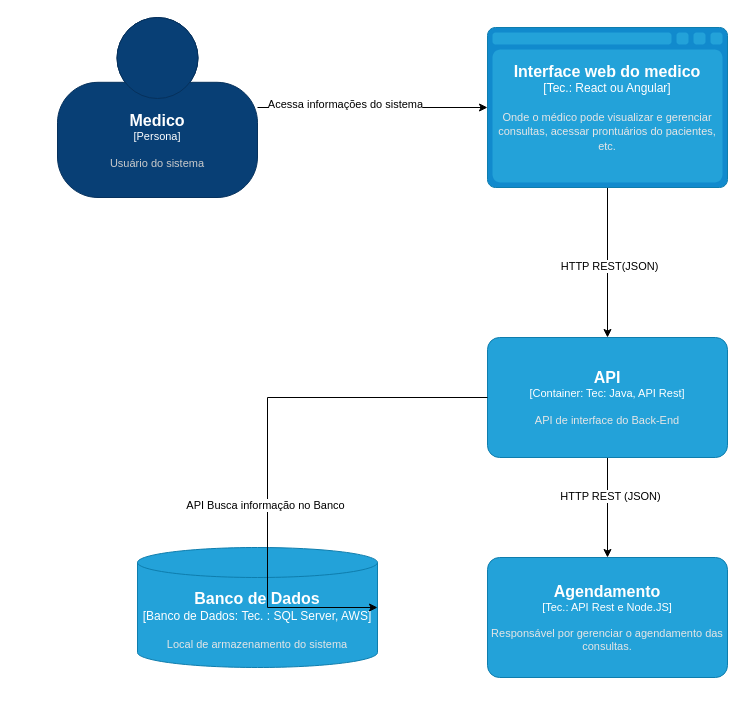
Above: Diagrama sem nome.drawio in WillianDametto/PIM-Faculdade (draw.io), before the change. Source tidied: cells renumbered, new cells numbered last; positions are measured from the earlier drawing's top-left corner, leaving out a move shared by most shapes. Both pictures are drawn from the tidied source at 100%, with x=0, y=0 at pixel (57, 17).
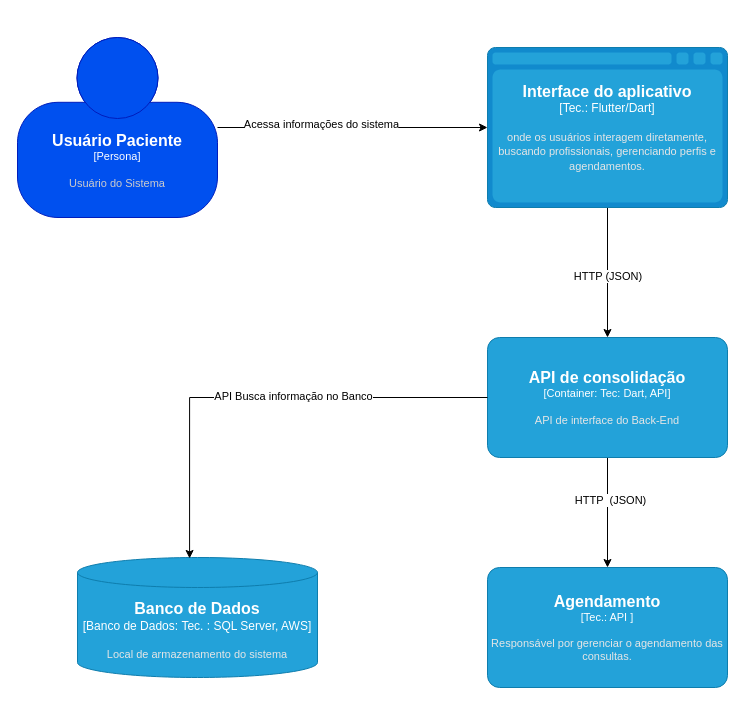
After the change.

Diff of the diagram source:
```diff
@@
 <mxGraphModel>
   <root>
     <mxCell id="0" />
     <mxCell id="1" parent="0" />
     <mxCell id="2" style="edgeStyle=orthogonalEdgeStyle;rounded=0;jettySize=auto;html=1;" parent="1" edge="1" source="4" target="7">
       <mxGeometry relative="1" as="geometry" />
     </mxCell>
     <mxCell id="3" value="Acessa informações do sistema" style="edgeLabel;html=1;align=center;verticalAlign=middle;" parent="2" vertex="1">
       <mxGeometry x="-0.24" y="4" relative="1" as="geometry" />
     </mxCell>
-    <object id="4" label="&lt;font style=&quot;font-size: 16px&quot;&gt;&lt;b&gt;%c4Name%&lt;/b&gt;&lt;/font&gt;&lt;div&gt;[%c4Type%]&lt;/div&gt;&lt;br&gt;&lt;div&gt;&lt;font style=&quot;font-size: 11px&quot;&gt;&lt;font color=&quot;#cccccc&quot;&gt;%c4Description%&lt;/font&gt;&lt;/div&gt;" c4Description="Usuário do sistema" c4Name="Medico" c4Type="Persona" placeholders="1">
-      <mxCell style="html=1;fontSize=11;dashed=0;whiteSpace=wrap;fillColor=#083F75;strokeColor=#06315C;fontColor=#ffffff;shape=mxgraph.c4.person2;align=center;points=[[0.5,0,0],[1,0.5,0],[1,0.75,0],[0.75,1,0],[0.5,1,0],[0.25,1,0],[0,0.75,0],[0,0.5,0]];" parent="1" vertex="1">
-        <mxGeometry width="200" height="180" as="geometry" />
+    <object id="4" label="&lt;font style=&quot;font-size: 16px&quot;&gt;&lt;b&gt;%c4Name%&lt;/b&gt;&lt;/font&gt;&lt;div&gt;[%c4Type%]&lt;/div&gt;&lt;br&gt;&lt;div&gt;&lt;font style=&quot;font-size: 11px&quot;&gt;&lt;font color=&quot;#cccccc&quot;&gt;%c4Description%&lt;/font&gt;&lt;/div&gt;" c4Description="Usuário do Sistema" c4Name="Usuário Paciente" c4Type="Persona" placeholders="1">
+      <mxCell style="html=1;fontSize=11;dashed=0;whiteSpace=wrap;fillColor=#0050ef;strokeColor=#001DBC;shape=mxgraph.c4.person2;align=center;points=[[0.5,0,0],[1,0.5,0],[1,0.75,0],[0.75,1,0],[0.5,1,0],[0.25,1,0],[0,0.75,0],[0,0.5,0]];fontColor=#ffffff;" parent="1" vertex="1">
+        <mxGeometry x="-40" y="20" width="200" height="180" as="geometry" />
       </mxCell>
     </object>
     <mxCell id="5" style="edgeStyle=orthogonalEdgeStyle;rounded=0;jettySize=auto;html=1;" parent="1" edge="1" source="7" target="12">
       <mxGeometry relative="1" as="geometry" />
     </mxCell>
-    <mxCell id="6" value="HTTP REST(JSON)" style="edgeLabel;html=1;align=center;verticalAlign=middle;" parent="5" vertex="1">
+    <mxCell id="6" value="HTTP (JSON)&amp;nbsp;" style="edgeLabel;html=1;align=center;verticalAlign=middle;" parent="5" vertex="1">
       <mxGeometry x="0.04" y="1" relative="1" as="geometry" />
     </mxCell>
-    <object id="7" label="&lt;font style=&quot;font-size: 16px&quot;&gt;&lt;b&gt;%c4Type%&lt;/b&gt;&lt;/font&gt;&lt;div&gt;[%c4Container%:&amp;nbsp;%c4Technology%]&lt;/div&gt;&lt;br&gt;&lt;div&gt;&lt;font style=&quot;font-size: 11px&quot;&gt;&lt;font color=&quot;#E6E6E6&quot;&gt;%c4Description%&lt;/font&gt;&lt;/div&gt;" c4Container="Tec." c4Description="Onde o médico pode visualizar e gerenciar consultas, acessar prontuários do pacientes, etc." c4Technology="React ou Angular" c4Type="Interface web do medico" placeholders="1">
+    <object id="7" label="&lt;font style=&quot;font-size: 16px&quot;&gt;&lt;b&gt;%c4Type%&lt;/b&gt;&lt;/font&gt;&lt;div&gt;[%c4Container%:&amp;nbsp;%c4Technology%]&lt;/div&gt;&lt;br&gt;&lt;div&gt;&lt;font style=&quot;font-size: 11px&quot;&gt;&lt;font color=&quot;#E6E6E6&quot;&gt;%c4Description%&lt;/font&gt;&lt;/div&gt;" c4Container="Tec." c4Description="onde os usuários interagem diretamente, buscando profissionais, gerenciando perfis e agendamentos." c4Technology="Flutter/Dart" c4Type="Interface do aplicativo" placeholders="1">
       <mxCell style="shape=mxgraph.c4.webBrowserContainer2;whiteSpace=wrap;html=1;boundedLbl=1;rounded=0;labelBackgroundColor=none;strokeColor=#118ACD;fillColor=#23A2D9;strokeColor=#118ACD;strokeColor2=#0E7DAD;fontSize=12;fontColor=#ffffff;align=center;points=[[0.5,0,0],[1,0.25,0],[1,0.5,0],[1,0.75,0],[0.5,1,0],[0,0.75,0],[0,0.5,0],[0,0.25,0]];" parent="1" vertex="1">
-        <mxGeometry x="430" y="10" width="240" height="160" as="geometry" />
+        <mxGeometry x="430" y="30" width="240" height="160" as="geometry" />
       </mxCell>
     </object>
     <object id="8" label="&lt;font style=&quot;font-size: 16px&quot;&gt;&lt;b&gt;%c4Type%&lt;/b&gt;&lt;/font&gt;&lt;div&gt;[%c4Container%:&amp;nbsp;%c4Technology%]&lt;/div&gt;&lt;br&gt;&lt;div&gt;&lt;font style=&quot;font-size: 11px&quot;&gt;&lt;font color=&quot;#E6E6E6&quot;&gt;%c4Description%&lt;/font&gt;&lt;/div&gt;" c4Container="Banco de Dados" c4Description="Local de armazenamento do sistema" c4Technology="Tec. : SQL Server, AWS" c4Type="Banco de Dados" placeholders="1">
       <mxCell style="shape=cylinder3;size=15;whiteSpace=wrap;html=1;boundedLbl=1;rounded=0;labelBackgroundColor=none;fillColor=#23A2D9;fontSize=12;fontColor=#ffffff;align=center;strokeColor=#0E7DAD;points=[[0.5,0,0],[1,0.25,0],[1,0.5,0],[1,0.75,0],[0.5,1,0],[0,0.75,0],[0,0.5,0],[0,0.25,0]];" parent="1" vertex="1">
-        <mxGeometry x="80" y="530" width="240" height="120" as="geometry" />
+        <mxGeometry x="20" y="540" width="240" height="120" as="geometry" />
       </mxCell>
     </object>
-    <object id="9" label="&lt;font style=&quot;font-size: 16px&quot;&gt;&lt;b&gt;%c4Name%&lt;/b&gt;&lt;/font&gt;&lt;div&gt;[%c4Type%: %c4Technology%]&lt;/div&gt;&lt;br&gt;&lt;div&gt;&lt;font style=&quot;font-size: 11px&quot;&gt;&lt;font color=&quot;#E6E6E6&quot;&gt;%c4Description%&lt;/font&gt;&lt;/div&gt;" c4Description="Responsável por gerenciar o agendamento das consultas." c4Name="Agendamento" c4Technology="API Rest e Node.JS" c4Type="Tec." placeholders="1">
+    <object id="9" label="&lt;font style=&quot;font-size: 16px&quot;&gt;&lt;b&gt;%c4Name%&lt;/b&gt;&lt;/font&gt;&lt;div&gt;[%c4Type%: %c4Technology%]&lt;/div&gt;&lt;br&gt;&lt;div&gt;&lt;font style=&quot;font-size: 11px&quot;&gt;&lt;font color=&quot;#E6E6E6&quot;&gt;%c4Description%&lt;/font&gt;&lt;/div&gt;" c4Description="Responsável por gerenciar o agendamento das consultas." c4Name="Agendamento" c4Technology="API " c4Type="Tec." placeholders="1">
       <mxCell style="rounded=1;whiteSpace=wrap;html=1;fontSize=11;labelBackgroundColor=none;fillColor=#23A2D9;fontColor=#ffffff;align=center;arcSize=10;strokeColor=#0E7DAD;points=[[0.25,0,0],[0.5,0,0],[0.75,0,0],[1,0.25,0],[1,0.5,0],[1,0.75,0],[0.75,1,0],[0.5,1,0],[0.25,1,0],[0,0.75,0],[0,0.5,0],[0,0.25,0]];" parent="1" vertex="1">
-        <mxGeometry x="430" y="540" width="240" height="120" as="geometry" />
+        <mxGeometry x="430" y="550" width="240" height="120" as="geometry" />
       </mxCell>
     </object>
     <mxCell id="10" style="edgeStyle=orthogonalEdgeStyle;rounded=0;jettySize=auto;html=1;" parent="1" edge="1" source="12" target="9">
       <mxGeometry relative="1" as="geometry" />
     </mxCell>
-    <mxCell id="11" value="HTTP REST (JSON)" style="edgeLabel;html=1;align=center;verticalAlign=middle;" parent="10" vertex="1">
+    <mxCell id="11" value="HTTP&amp;nbsp; (JSON)" style="edgeLabel;html=1;align=center;verticalAlign=middle;" parent="10" vertex="1">
       <mxGeometry x="-0.24" y="2" relative="1" as="geometry" />
     </mxCell>
-    <object id="12" label="&lt;font style=&quot;font-size: 16px&quot;&gt;&lt;b&gt;%c4Name%&lt;/b&gt;&lt;/font&gt;&lt;div&gt;[%c4Type%: %c4Technology%]&lt;/div&gt;&lt;br&gt;&lt;div&gt;&lt;font style=&quot;font-size: 11px&quot;&gt;&lt;font color=&quot;#E6E6E6&quot;&gt;%c4Description%&lt;/font&gt;&lt;/div&gt;" c4Description="API de interface do Back-End" c4Name="API" c4Technology="Tec: Java, API Rest" c4Type="Container" placeholders="1">
+    <object id="12" label="&lt;font style=&quot;font-size: 16px&quot;&gt;&lt;b&gt;%c4Name%&lt;/b&gt;&lt;/font&gt;&lt;div&gt;[%c4Type%: %c4Technology%]&lt;/div&gt;&lt;br&gt;&lt;div&gt;&lt;font style=&quot;font-size: 11px&quot;&gt;&lt;font color=&quot;#E6E6E6&quot;&gt;%c4Description%&lt;/font&gt;&lt;/div&gt;" c4Description="API de interface do Back-End" c4Name="API de consolidação" c4Technology="Tec: Dart, API" c4Type="Container" placeholders="1">
       <mxCell style="rounded=1;whiteSpace=wrap;html=1;fontSize=11;labelBackgroundColor=none;fillColor=#23A2D9;fontColor=#ffffff;align=center;arcSize=10;strokeColor=#0E7DAD;points=[[0.25,0,0],[0.5,0,0],[0.75,0,0],[1,0.25,0],[1,0.5,0],[1,0.75,0],[0.75,1,0],[0.5,1,0],[0.25,1,0],[0,0.75,0],[0,0.5,0],[0,0.25,0]];" parent="1" vertex="1">
         <mxGeometry x="430" y="320" width="240" height="120" as="geometry" />
       </mxCell>
     </object>
-    <mxCell id="13" style="edgeStyle=orthogonalEdgeStyle;rounded=0;jettySize=auto;html=1;entryX=1;entryY=0.5;entryDx=0;entryDy=0;entryPerimeter=0;" parent="1" edge="1" source="12" target="8">
-      <mxGeometry relative="1" as="geometry">
-        <Array as="points">
-          <mxPoint x="210" y="380" />
-          <mxPoint x="210" y="590" />
-        </Array>
-      </mxGeometry>
+    <mxCell id="13" style="edgeStyle=orthogonalEdgeStyle;rounded=0;jettySize=auto;html=1;entryX=0.467;entryY=0.008;entryDx=0;entryDy=0;entryPerimeter=0;" parent="1" edge="1" source="12" target="8">
+      <mxGeometry relative="1" as="geometry" />
     </mxCell>
     <mxCell id="14" value="API Busca informação no Banco" style="edgeLabel;html=1;align=center;verticalAlign=middle;" parent="13" vertex="1">
-      <mxGeometry x="0.21" y="-3" relative="1" as="geometry" />
+      <mxGeometry x="-0.15" y="-2" relative="1" as="geometry" />
     </mxCell>
   </root>
 </mxGraphModel>
```
